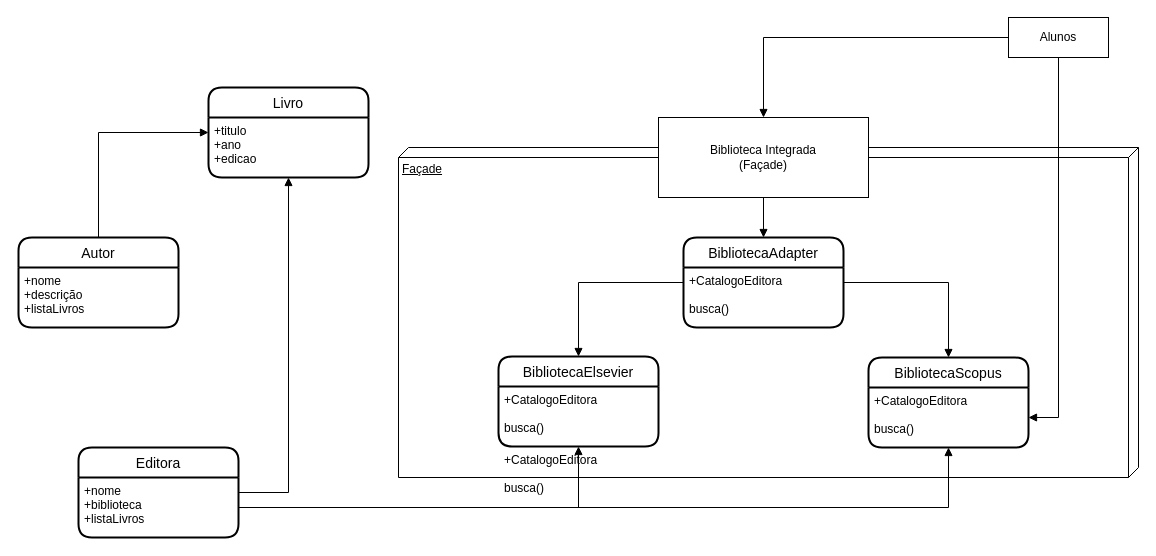
Before: exercicio_Extra_3.drawio in MatheusSantosDev/diagramas-UML, a draw.io diagram. Source tidied: cells renumbered, new cells numbered last; positions are measured from the earlier drawing's top-left corner, leaving out a move shared by most shapes. Both pictures are drawn from the tidied source at 100%, with x=0, y=0 at pixel (18, 17).
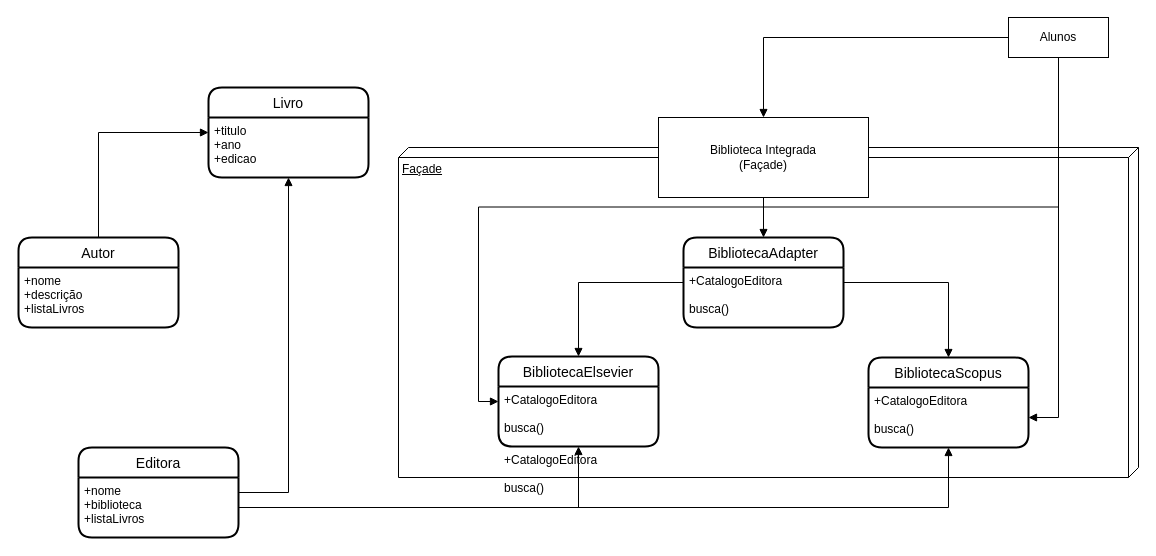
Above is the later version.

The change refers to these unchanged cells:
```xml
<mxCell id="15" value="Alunos" style="whiteSpace=wrap;html=1;align=center;" parent="1" vertex="1">
  <mxGeometry x="990" width="100" height="40" as="geometry" />
</mxCell>
<mxCell id="18" value="BibliotecaElsevier" style="swimlane;horizontal=1;startSize=30;rounded=1;fontSize=14;fontStyle=0;strokeWidth=2;shadow=0;dashed=0;align=center;" parent="1" vertex="1">
  <mxGeometry x="480" y="339" width="160" height="90" as="geometry" />
</mxCell>
```

Change to the diagram source:
```diff
@@
+    <mxCell id="27" style="edgeStyle=orthogonalEdgeStyle;rounded=0;jettySize=auto;html=1;exitX=0.5;exitY=1;exitDx=0;exitDy=0;entryX=0;entryY=0.5;entryDx=0;entryDy=0;startArrow=none;startFill=0;endArrow=block;endFill=1;" parent="1" edge="1" source="15" target="18">
+      <mxGeometry relative="1" as="geometry" />
+    </mxCell>
```
